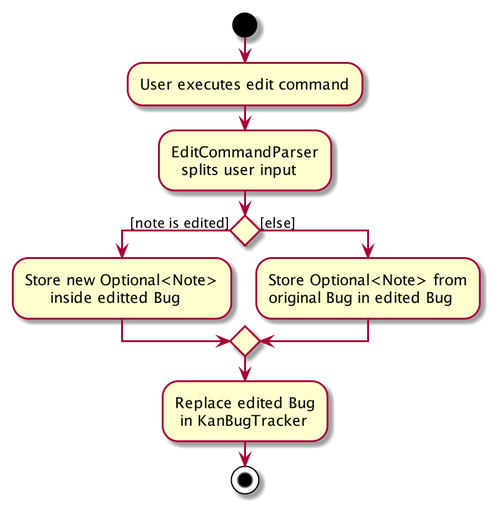
The PlantUML diagram docs/images/NoteEditActivityDiagram.png in the-reefshark/tp, before a commit. The source it was exported from:
```plantuml
@startuml
start
:User executes edit command;
:EditCommandParser
  splits user input;


if () then ([note is edited])
    :Store new Optional<Note>
         inside editted Bug;
else ([else])
    :Store Optional<Note> from
    original Bug in edited Bug;
endif
:Replace edited Bug
 in KanBugTracker;
stop
@enduml
```
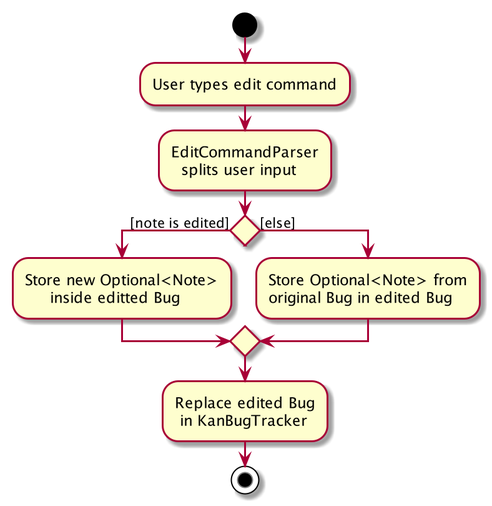
After the change.

Diff of the diagram source:
```diff
@@ -1,6 +1,6 @@
 @startuml
 start
-:User executes edit command;
+:User types edit command;
 :EditCommandParser
   splits user input;
 
```
